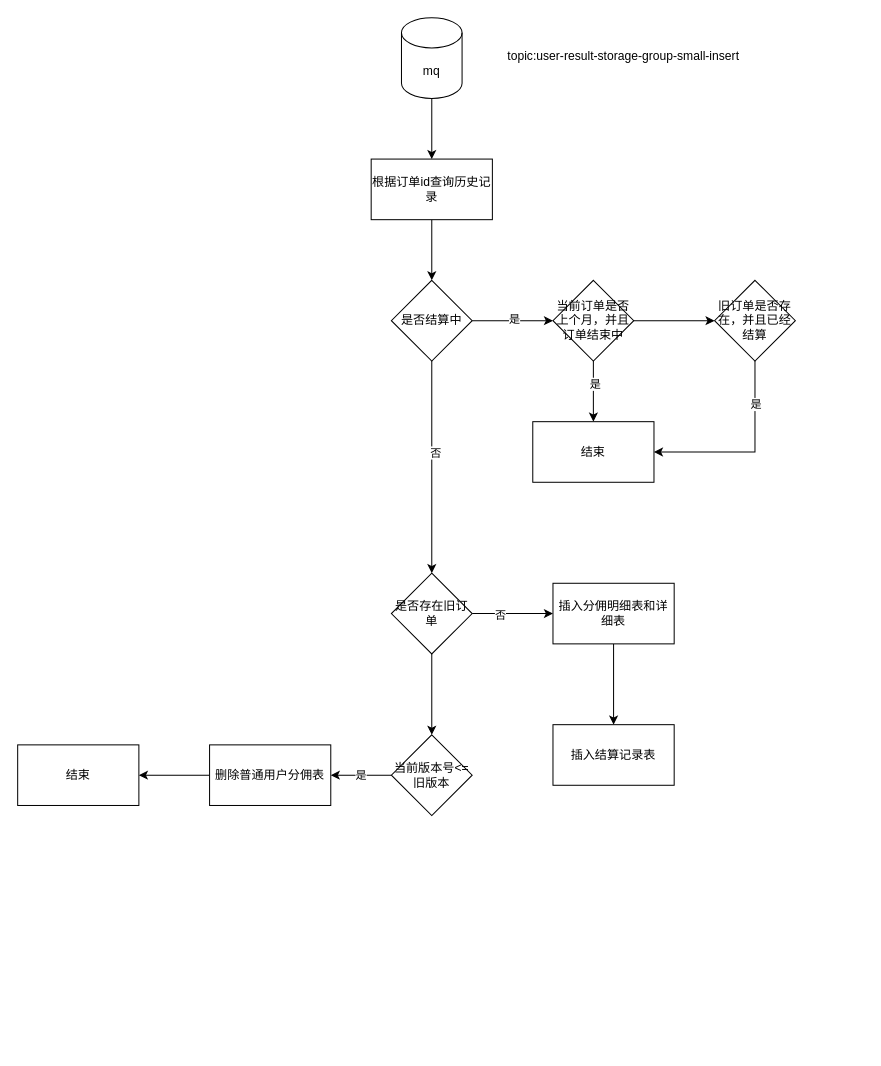
Earlier version of the draw.io diagram miyuan/普通分佣订单消费.drawio (smallleaf/draw.io). Source tidied: cells renumbered, new cells numbered last; positions are measured from the earlier drawing's top-left corner, leaving out a move shared by most shapes. Both pictures are drawn from the tidied source at 101%, with x=0, y=0 at pixel (17, 17).
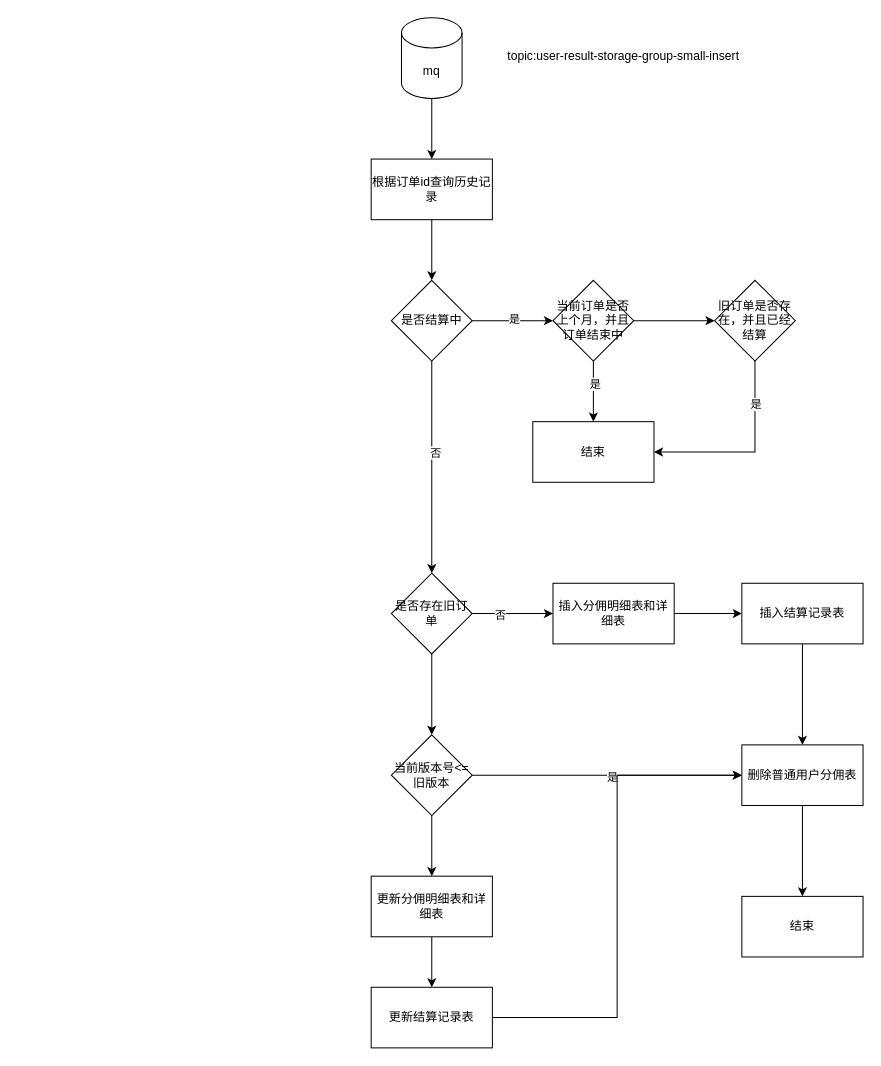
Above is the later version.

Commit message (it also covers changes not shown here):
更新普通分佣订单消费.drawio

The change refers to these unchanged cells:
```xml
<mxCell id="29" value="当前版本号&amp;lt;=旧版本" style="rhombus;whiteSpace=wrap;html=1;" parent="1" vertex="1">
  <mxGeometry x="370" y="710" width="80" height="80" as="geometry" />
</mxCell>
```

Diff of the diagram source:
```diff
@@
+    <mxCell id="33" style="edgeStyle=orthogonalEdgeStyle;rounded=0;jettySize=auto;html=1;exitX=0.5;exitY=1;exitDx=0;exitDy=0;entryX=0.5;entryY=0;entryDx=0;entryDy=0;" parent="1" edge="1" source="26" target="31">
+      <mxGeometry relative="1" as="geometry" />
+    </mxCell>
     <mxCell id="26" value="插入结算记录表" style="whiteSpace=wrap;html=1;" parent="1" vertex="1">
-      <mxGeometry x="530" y="700" width="120" height="60" as="geometry" />
+      <mxGeometry x="717" y="560" width="120" height="60" as="geometry" />
     </mxCell>
@@
+    <mxCell id="34" style="edgeStyle=orthogonalEdgeStyle;rounded=0;jettySize=auto;html=1;" parent="1" edge="1" source="29" target="36">
+      <mxGeometry relative="1" as="geometry" />
+    </mxCell>
@@
     <mxCell id="31" value="删除普通用户分佣表" style="whiteSpace=wrap;html=1;" parent="1" vertex="1">
-      <mxGeometry x="190" y="720" width="120" height="60" as="geometry" />
+      <mxGeometry x="717" y="720" width="120" height="60" as="geometry" />
     </mxCell>
     <mxCell id="32" value="结束" style="whiteSpace=wrap;html=1;" parent="1" vertex="1">
-      <mxGeometry y="720" width="120" height="60" as="geometry" />
+      <mxGeometry x="717" y="870" width="120" height="60" as="geometry" />
     </mxCell>
+    <mxCell id="35" style="edgeStyle=orthogonalEdgeStyle;rounded=0;jettySize=auto;html=1;" parent="1" edge="1" source="36" target="38">
+      <mxGeometry relative="1" as="geometry" />
+    </mxCell>
+    <mxCell id="36" value="更新分佣明细表和详细表" style="whiteSpace=wrap;html=1;" parent="1" vertex="1">
+      <mxGeometry x="350" y="850" width="120" height="60" as="geometry" />
+    </mxCell>
+    <mxCell id="37" style="edgeStyle=orthogonalEdgeStyle;rounded=0;jettySize=auto;html=1;exitX=1;exitY=0.5;exitDx=0;exitDy=0;entryX=0;entryY=0.5;entryDx=0;entryDy=0;" parent="1" edge="1" source="38" target="31">
+      <mxGeometry relative="1" as="geometry" />
+    </mxCell>
+    <mxCell id="38" value="更新结算记录表" style="whiteSpace=wrap;html=1;" parent="1" vertex="1">
+      <mxGeometry x="350" y="960" width="120" height="60" as="geometry" />
+    </mxCell>
```
